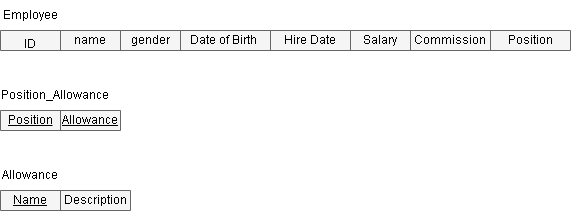
Before: Phase 1/Relational Schema.drawio.png, a diagram exported from draw.io (AhmedElkhashn/DB-project). Source tidied: cells renumbered, new cells last; positions are measured from the earlier drawing's top-left corner, leaving out a move shared by most shapes. The source it was exported from:
```xml
<mxGraphModel>
  <root>
    <mxCell id="0" />
    <mxCell id="1" parent="0" />
    <mxCell id="2" style="shape=table;startSize=0;fontSize=16;fillColor=#f5f5f5;fontColor=#333333;strokeColor=#666666;" parent="1" vertex="1">
      <mxGeometry y="30" width="570" height="20" as="geometry" />
    </mxCell>
    <mxCell id="3" style="shape=tableRow;horizontal=0;startSize=0;swimlaneHead=0;swimlaneBody=0;strokeColor=inherit;top=0;left=0;bottom=0;right=0;fillColor=none;fontSize=16;" parent="2" vertex="1">
      <mxGeometry width="570" height="20" as="geometry" />
    </mxCell>
    <mxCell id="4" value="&lt;u style=&quot;font-size: 12px;&quot;&gt;ID&lt;/u&gt;" style="shape=partialRectangle;html=1;whiteSpace=wrap;strokeColor=inherit;overflow=hidden;fillColor=none;top=0;left=0;bottom=0;right=0;fontSize=16;" parent="3" vertex="1">
      <mxGeometry width="60" height="20" as="geometry" />
    </mxCell>
    <mxCell id="5" value="name" style="shape=partialRectangle;html=1;whiteSpace=wrap;strokeColor=inherit;overflow=hidden;fillColor=none;top=0;left=0;bottom=0;right=0;fontSize=12;" parent="3" vertex="1">
      <mxGeometry x="60" width="60" height="20" as="geometry" />
    </mxCell>
    <mxCell id="6" value="gender" style="shape=partialRectangle;html=1;whiteSpace=wrap;strokeColor=inherit;overflow=hidden;fillColor=none;top=0;left=0;bottom=0;right=0;fontSize=12;" parent="3" vertex="1">
      <mxGeometry x="120" width="60" height="20" as="geometry" />
    </mxCell>
    <mxCell id="7" value="Date of Birth&amp;nbsp;" style="shape=partialRectangle;html=1;whiteSpace=wrap;strokeColor=inherit;overflow=hidden;fillColor=none;top=0;left=0;bottom=0;right=0;fontSize=12;" parent="3" vertex="1">
      <mxGeometry x="180" width="90" height="20" as="geometry" />
    </mxCell>
    <mxCell id="8" value="Hire Date" style="shape=partialRectangle;html=1;whiteSpace=wrap;strokeColor=inherit;overflow=hidden;fillColor=none;top=0;left=0;bottom=0;right=0;fontSize=12;" parent="3" vertex="1">
      <mxGeometry x="270" width="80" height="20" as="geometry" />
    </mxCell>
    <mxCell id="9" value="Salary" style="shape=partialRectangle;html=1;whiteSpace=wrap;strokeColor=inherit;overflow=hidden;fillColor=none;top=0;left=0;bottom=0;right=0;fontSize=12;" parent="3" vertex="1">
      <mxGeometry x="350" width="60" height="20" as="geometry" />
    </mxCell>
    <mxCell id="10" value="Commission" style="shape=partialRectangle;html=1;whiteSpace=wrap;strokeColor=inherit;overflow=hidden;fillColor=none;top=0;left=0;bottom=0;right=0;fontSize=12;" parent="3" vertex="1">
      <mxGeometry x="410" width="80" height="20" as="geometry" />
    </mxCell>
    <mxCell id="11" value="Position" style="shape=partialRectangle;html=1;whiteSpace=wrap;strokeColor=inherit;overflow=hidden;fillColor=none;top=0;left=0;bottom=0;right=0;fontSize=12;" parent="3" vertex="1">
      <mxGeometry x="490" width="80" height="20" as="geometry" />
    </mxCell>
    <mxCell id="12" value="Employee" style="text;html=1;strokeColor=none;fillColor=none;align=center;verticalAlign=middle;whiteSpace=wrap;rounded=0;" parent="1" vertex="1">
      <mxGeometry width="60" height="30" as="geometry" />
    </mxCell>
    <mxCell id="13" style="shape=table;startSize=0;fontSize=16;fillColor=#f5f5f5;fontColor=#333333;strokeColor=#666666;" parent="1" vertex="1">
      <mxGeometry y="110" width="120" height="20" as="geometry" />
    </mxCell>
    <mxCell id="14" style="shape=tableRow;horizontal=0;startSize=0;swimlaneHead=0;swimlaneBody=0;strokeColor=inherit;top=0;left=0;bottom=0;right=0;fillColor=none;fontSize=16;" parent="13" vertex="1">
      <mxGeometry width="120" height="20" as="geometry" />
    </mxCell>
    <mxCell id="15" value="&lt;u&gt;Position&lt;/u&gt;" style="shape=partialRectangle;html=1;whiteSpace=wrap;strokeColor=inherit;overflow=hidden;fillColor=none;top=0;left=0;bottom=0;right=0;fontSize=12;" parent="14" vertex="1">
      <mxGeometry width="60" height="20" as="geometry" />
    </mxCell>
    <mxCell id="16" value="&lt;u&gt;Allowance&lt;/u&gt;" style="shape=partialRectangle;html=1;whiteSpace=wrap;strokeColor=inherit;overflow=hidden;fillColor=none;top=0;left=0;bottom=0;right=0;fontSize=12;" parent="14" vertex="1">
      <mxGeometry x="60" width="60" height="20" as="geometry" />
    </mxCell>
    <mxCell id="17" value="Position_Allowance" style="text;html=1;strokeColor=none;fillColor=none;align=center;verticalAlign=middle;whiteSpace=wrap;rounded=0;" parent="1" vertex="1">
      <mxGeometry y="80" width="110" height="30" as="geometry" />
    </mxCell>
    <mxCell id="18" style="shape=table;startSize=0;fontSize=16;fillColor=#f5f5f5;fontColor=#333333;strokeColor=#666666;" parent="1" vertex="1">
      <mxGeometry y="190" width="130" height="20" as="geometry" />
    </mxCell>
    <mxCell id="19" style="shape=tableRow;horizontal=0;startSize=0;swimlaneHead=0;swimlaneBody=0;strokeColor=inherit;top=0;left=0;bottom=0;right=0;fillColor=none;fontSize=16;" parent="18" vertex="1">
      <mxGeometry width="130" height="20" as="geometry" />
    </mxCell>
    <mxCell id="20" value="&lt;u&gt;Name&lt;/u&gt;" style="shape=partialRectangle;html=1;whiteSpace=wrap;strokeColor=inherit;overflow=hidden;fillColor=none;top=0;left=0;bottom=0;right=0;fontSize=12;" parent="19" vertex="1">
      <mxGeometry width="60" height="20" as="geometry" />
    </mxCell>
    <mxCell id="21" value="Description" style="shape=partialRectangle;html=1;whiteSpace=wrap;strokeColor=inherit;overflow=hidden;fillColor=none;top=0;left=0;bottom=0;right=0;fontSize=12;" parent="19" vertex="1">
      <mxGeometry x="60" width="70" height="20" as="geometry" />
    </mxCell>
    <mxCell id="22" value="Allowance" style="text;html=1;strokeColor=none;fillColor=none;align=center;verticalAlign=middle;whiteSpace=wrap;rounded=0;" parent="1" vertex="1">
      <mxGeometry y="160" width="60" height="30" as="geometry" />
    </mxCell>
  </root>
</mxGraphModel>
```
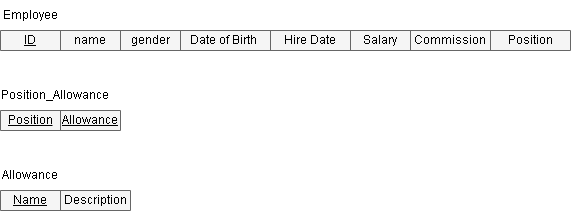
Above is the later version.

Change to the diagram source:
```diff
@@ -8,7 +8,7 @@
     <mxCell id="3" style="shape=tableRow;horizontal=0;startSize=0;swimlaneHead=0;swimlaneBody=0;strokeColor=inherit;top=0;left=0;bottom=0;right=0;fillColor=none;fontSize=16;" parent="2" vertex="1">
       <mxGeometry width="570" height="20" as="geometry" />
     </mxCell>
-    <mxCell id="4" value="&lt;u style=&quot;font-size: 12px;&quot;&gt;ID&lt;/u&gt;" style="shape=partialRectangle;html=1;whiteSpace=wrap;strokeColor=inherit;overflow=hidden;fillColor=none;top=0;left=0;bottom=0;right=0;fontSize=16;" parent="3" vertex="1">
+    <mxCell id="4" value="&lt;u&gt;ID&lt;/u&gt;" style="shape=partialRectangle;html=1;whiteSpace=wrap;strokeColor=inherit;overflow=hidden;fillColor=none;top=0;left=0;bottom=0;right=0;fontSize=12;" parent="3" vertex="1">
       <mxGeometry width="60" height="20" as="geometry" />
     </mxCell>
     <mxCell id="5" value="name" style="shape=partialRectangle;html=1;whiteSpace=wrap;strokeColor=inherit;overflow=hidden;fillColor=none;top=0;left=0;bottom=0;right=0;fontSize=12;" parent="3" vertex="1">
```
